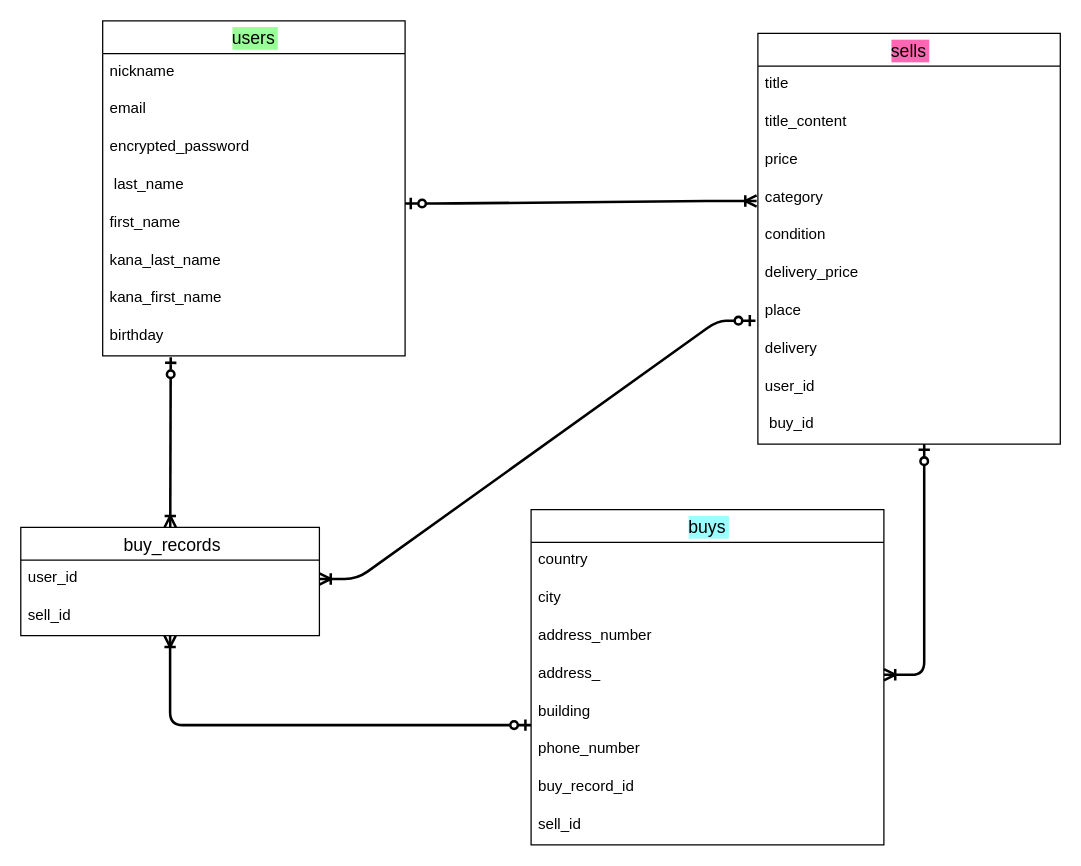
Earlier version of the draw.io diagram furima.dio (utidayudai/furima-38448). Source tidied: cells renumbered, new cells numbered last; positions are measured from the earlier drawing's top-left corner, leaving out a move shared by most shapes. Both pictures are drawn from the tidied source at 126%, with x=0, y=0 at pixel (20, 20).
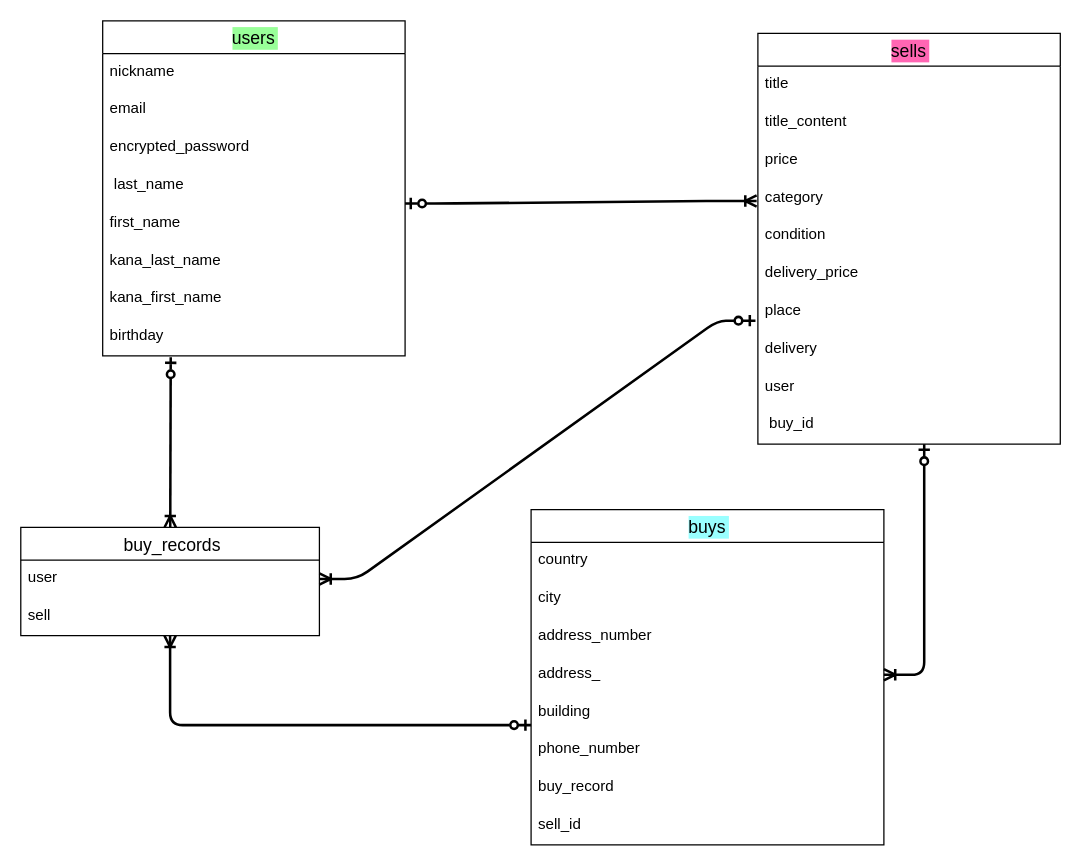
The same page after the edit.

Unchanged cells that the change refers to:
```xml
<mxCell id="13" value="sells" style="swimlane;fontStyle=0;horizontal=1;startSize=26;align=center;fontSize=14;labelBackgroundColor=#FF66B3;" parent="1" vertex="1">
  <mxGeometry x="585" y="10" width="240" height="326" as="geometry" />
</mxCell>
<mxCell id="24" value="buys" style="swimlane;fontStyle=0;horizontal=1;startSize=26;align=center;fontSize=14;labelBackgroundColor=#99FFFF;" parent="1" vertex="1">
  <mxGeometry x="405" y="388" width="280" height="266" as="geometry" />
</mxCell>
<mxCell id="35" value=" buy_records" style="swimlane;fontStyle=0;horizontal=1;startSize=26;align=center;fontSize=14;" parent="1" vertex="1">
  <mxGeometry y="402" width="237" height="86" as="geometry" />
</mxCell>
```

Diff of the diagram source:
```diff
@@
-    <mxCell id="22" value="user_id" style="text;strokeColor=none;fillColor=none;spacingLeft=4;spacingRight=4;overflow=hidden;fontSize=12;labelBackgroundColor=none;" parent="13" vertex="1">
+    <mxCell id="22" value="user" style="text;strokeColor=none;fillColor=none;spacingLeft=4;spacingRight=4;overflow=hidden;fontSize=12;labelBackgroundColor=none;" parent="13" vertex="1">
       <mxGeometry y="266" width="240" height="30" as="geometry" />
     </mxCell>
@@
-    <mxCell id="31" value="buy_record_id" style="text;strokeColor=none;fillColor=none;spacingLeft=4;spacingRight=4;overflow=hidden;fontSize=12;" parent="24" vertex="1">
+    <mxCell id="31" value="buy_record" style="text;strokeColor=none;fillColor=none;spacingLeft=4;spacingRight=4;overflow=hidden;fontSize=12;" parent="24" vertex="1">
       <mxGeometry y="206" width="280" height="30" as="geometry" />
     </mxCell>
@@
-    <mxCell id="36" value="user_id" style="text;strokeColor=none;fillColor=none;spacingLeft=4;spacingRight=4;overflow=hidden;points=[[0,0.5],[1,0.5]];portConstraint=eastwest;fontSize=12;" parent="35" vertex="1">
+    <mxCell id="36" value="user" style="text;strokeColor=none;fillColor=none;spacingLeft=4;spacingRight=4;overflow=hidden;points=[[0,0.5],[1,0.5]];portConstraint=eastwest;fontSize=12;" parent="35" vertex="1">
       <mxGeometry y="26" width="237" height="30" as="geometry" />
     </mxCell>
-    <mxCell id="37" value="sell_id" style="text;strokeColor=none;fillColor=none;spacingLeft=4;spacingRight=4;overflow=hidden;fontSize=12;" parent="35" vertex="1">
+    <mxCell id="37" value="sell" style="text;strokeColor=none;fillColor=none;spacingLeft=4;spacingRight=4;overflow=hidden;fontSize=12;" parent="35" vertex="1">
       <mxGeometry y="56" width="237" height="30" as="geometry" />
     </mxCell>
```
